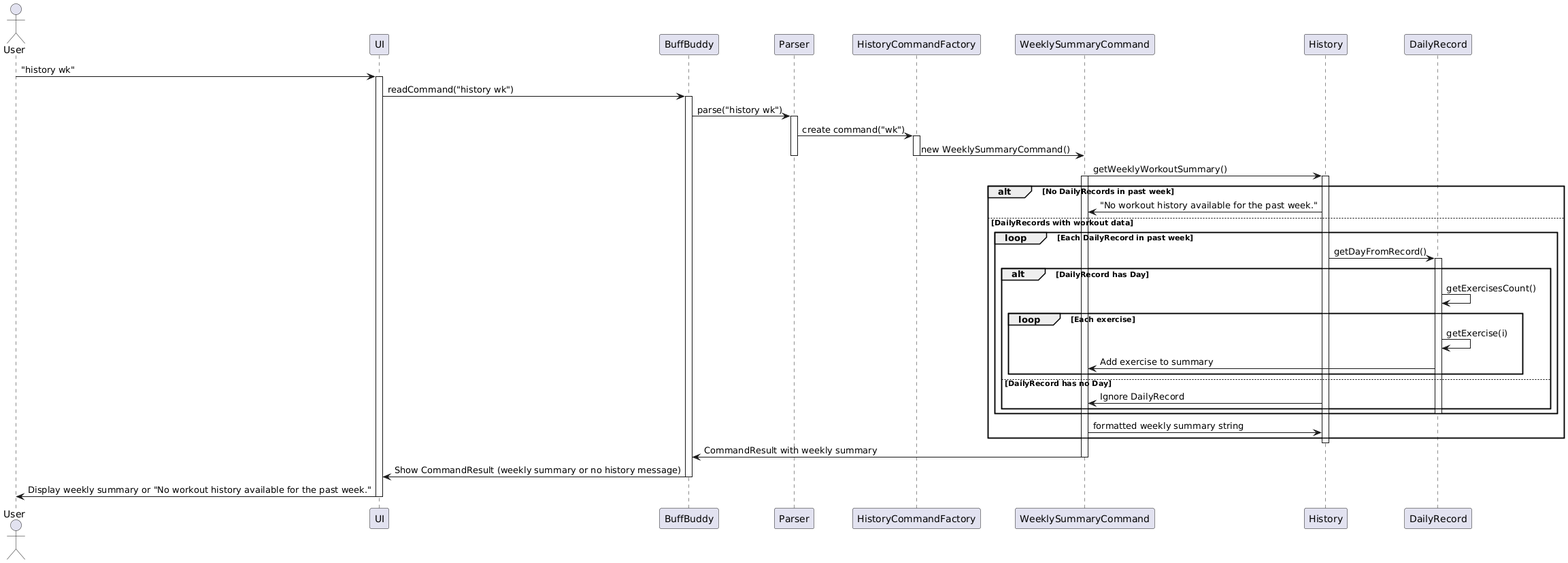
Earlier version of the PlantUML export docs/images/weeklysummarySequenceDiagram.png (nus-cs2113-AY2425S1/tp).
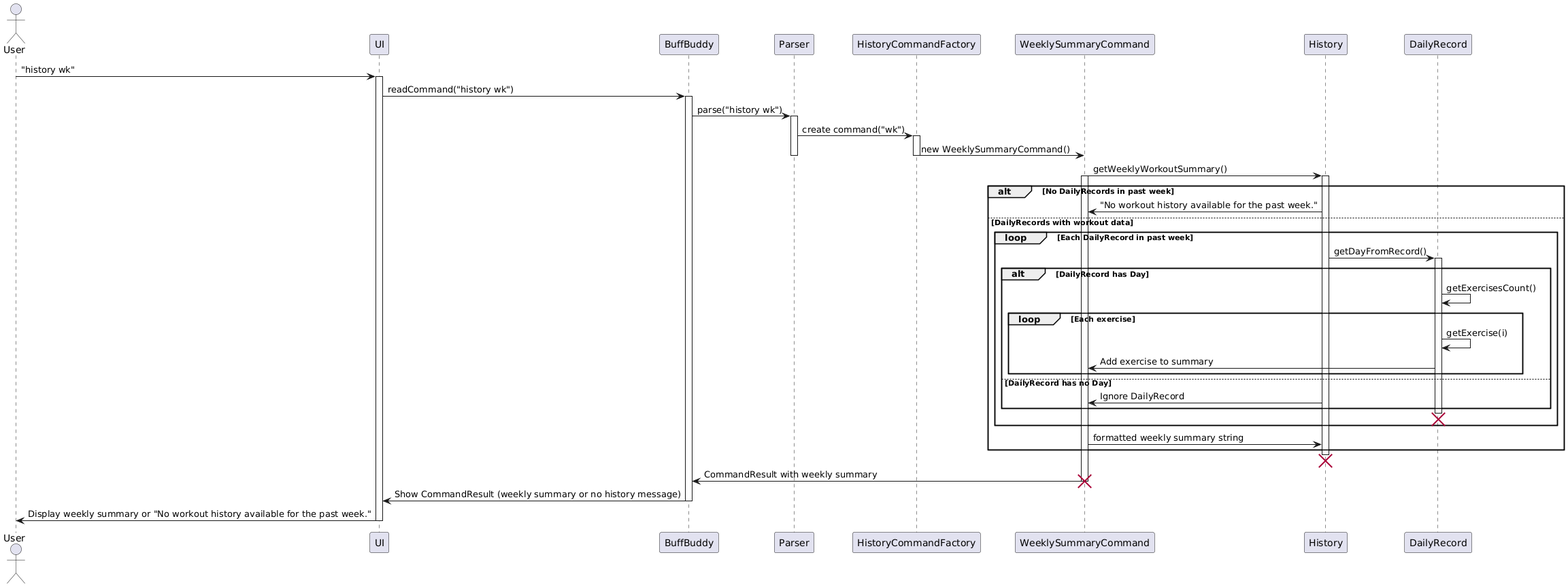
After the commit.

Commit message:
add sequence diagram for logprogramme

The edit, as a diff of the source:
```diff
@@ -40,13 +40,17 @@
             History -> WeeklySummaryCommand: Ignore DailyRecord
         end
         deactivate DailyRecord
+        destroy DailyRecord
     end
     WeeklySummaryCommand -> History: formatted weekly summary string
 end
 deactivate History
+destroy History
 
 WeeklySummaryCommand -> BuffBuddy: CommandResult with weekly summary
 deactivate WeeklySummaryCommand
+destroy WeeklySummaryCommand
+
 BuffBuddy -> UI: Show CommandResult (weekly summary or no history message)
 deactivate BuffBuddy
 UI -> User: Display weekly summary or "No workout history available for the past week."
```
